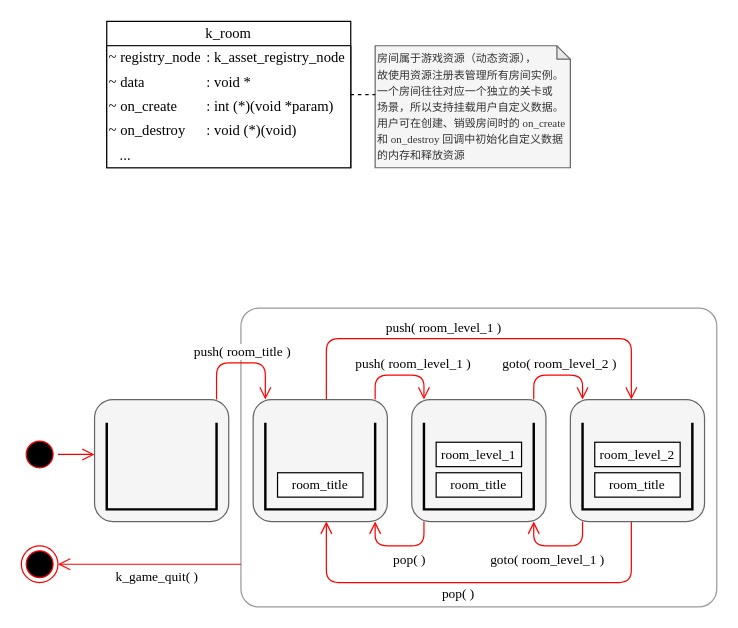
szdxdxdx/k_game keeps this draw.io diagram as page "房间" (4 of 8) of docs/drawio/k_game.drawio. Above is the earlier version. Source tidied: cells renumbered, new cells numbered last; positions are measured from the earlier drawing's top-left corner, leaving out a move shared by most shapes. Both pictures are drawn from the tidied source at 122%, with x=0, y=0 at pixel (21, 21).
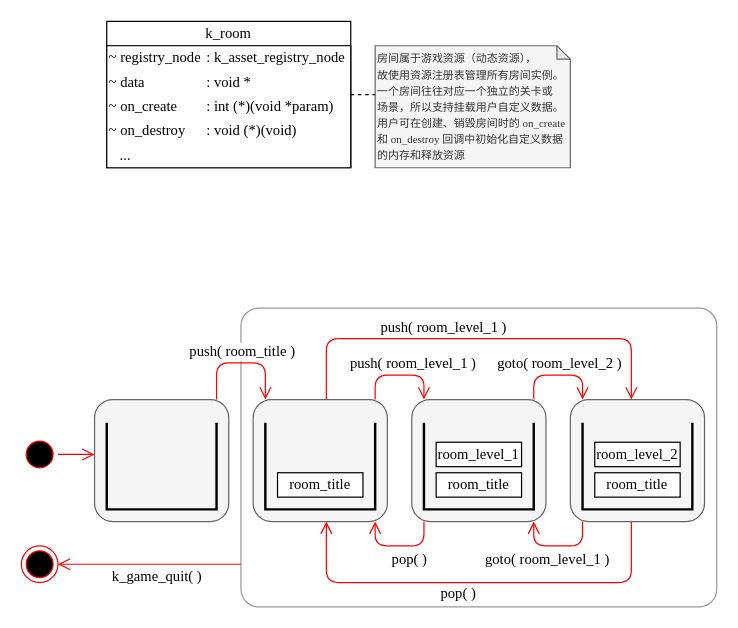
After the change.

What changed in the source:
```diff
@@
-    <mxCell id="21" style="rounded=1;whiteSpace=wrap;html=1;fontFamily=Helvetica;fontSize=11;fontColor=default;arcSize=6;strokeColor=#999999;" parent="1" vertex="1">
+    <mxCell id="21" style="rounded=1;whiteSpace=wrap;html=1;fontFamily=Helvetica;fontSize=12;fontColor=default;arcSize=6;strokeColor=#999999;" parent="1" vertex="1">
       <mxGeometry x="180" y="235" width="390" height="245" as="geometry" />
     </mxCell>
-    <mxCell id="22" style="edgeStyle=orthogonalEdgeStyle;html=1;verticalAlign=bottom;endArrow=open;endSize=8;strokeColor=#ff0000;rounded=1;labelBackgroundColor=default;align=center;fontFamily=Times New Roman;fontSize=11;fontColor=default;shape=connector;" parent="1" edge="1" source="50" target="47">
+    <mxCell id="22" style="edgeStyle=orthogonalEdgeStyle;html=1;verticalAlign=bottom;endArrow=open;endSize=8;strokeColor=#ff0000;rounded=1;labelBackgroundColor=default;align=center;fontFamily=Times New Roman;fontSize=12;fontColor=default;shape=connector;" parent="1" edge="1" source="50" target="47">
       <mxGeometry relative="1" as="geometry">
         <Array as="points">
           <mxPoint x="160" y="280" />
           <mxPoint x="200" y="280" />
         </Array>
       </mxGeometry>
     </mxCell>
-    <mxCell id="23" value="push( room_title )" style="edgeLabel;html=1;align=center;verticalAlign=middle;fontSize=11;fontFamily=Times New Roman;fontColor=default;" parent="22" vertex="1">
+    <mxCell id="23" value="push( room_title )" style="edgeLabel;html=1;align=center;verticalAlign=middle;fontSize=12;fontFamily=Times New Roman;fontColor=default;" parent="22" vertex="1">
       <mxGeometry x="-0.02" y="2" relative="1" as="geometry">
         <mxPoint x="1" y="-8" as="offset" />
       </mxGeometry>
     </mxCell>
-    <mxCell id="24" style="edgeStyle=orthogonalEdgeStyle;html=1;verticalAlign=bottom;endArrow=open;endSize=8;strokeColor=#ff0000;rounded=1;labelBackgroundColor=default;align=center;fontFamily=Times New Roman;fontSize=11;fontColor=default;shape=connector;" parent="1" edge="1" source="47" target="43">
+    <mxCell id="24" style="edgeStyle=orthogonalEdgeStyle;html=1;verticalAlign=bottom;endArrow=open;endSize=8;strokeColor=#ff0000;rounded=1;labelBackgroundColor=default;align=center;fontFamily=Times New Roman;fontSize=12;fontColor=default;shape=connector;" parent="1" edge="1" source="47" target="43">
       <mxGeometry relative="1" as="geometry">
         <Array as="points">
           <mxPoint x="290" y="290" />
           <mxPoint x="330" y="290" />
         </Array>
       </mxGeometry>
     </mxCell>
-    <mxCell id="25" value="push( room_level_1 )" style="edgeLabel;html=1;align=center;verticalAlign=middle;fontSize=11;fontFamily=Times New Roman;fontColor=default;" parent="24" vertex="1">
+    <mxCell id="25" value="push( room_level_1 )" style="edgeLabel;html=1;align=center;verticalAlign=middle;fontSize=12;fontFamily=Times New Roman;fontColor=default;" parent="24" vertex="1">
       <mxGeometry x="-0.02" y="2" relative="1" as="geometry">
         <mxPoint x="11" y="-8" as="offset" />
       </mxGeometry>
     </mxCell>
-    <mxCell id="26" style="edgeStyle=orthogonalEdgeStyle;html=1;verticalAlign=bottom;endArrow=open;endSize=8;strokeColor=#ff0000;rounded=1;labelBackgroundColor=default;align=center;fontFamily=Times New Roman;fontSize=11;fontColor=default;shape=connector;" parent="1" edge="1" source="43" target="39">
+    <mxCell id="26" style="edgeStyle=orthogonalEdgeStyle;html=1;verticalAlign=bottom;endArrow=open;endSize=8;strokeColor=#ff0000;rounded=1;labelBackgroundColor=default;align=center;fontFamily=Times New Roman;fontSize=12;fontColor=default;shape=connector;" parent="1" edge="1" source="43" target="39">
       <mxGeometry relative="1" as="geometry">
         <Array as="points">
           <mxPoint x="420" y="290" />
           <mxPoint x="460" y="290" />
         </Array>
       </mxGeometry>
     </mxCell>
-    <mxCell id="27" value="goto( room_level_2 )" style="edgeLabel;html=1;align=center;verticalAlign=middle;fontSize=11;fontFamily=Times New Roman;fontColor=default;" parent="26" vertex="1">
+    <mxCell id="27" value="goto( room_level_2 )" style="edgeLabel;html=1;align=center;verticalAlign=middle;fontSize=12;fontFamily=Times New Roman;fontColor=default;" parent="26" vertex="1">
       <mxGeometry x="-0.02" y="2" relative="1" as="geometry">
         <mxPoint x="1" y="-8" as="offset" />
       </mxGeometry>
     </mxCell>
-    <mxCell id="28" style="edgeStyle=orthogonalEdgeStyle;html=1;verticalAlign=bottom;endArrow=open;endSize=8;strokeColor=#ff0000;rounded=1;labelBackgroundColor=default;align=center;fontFamily=Times New Roman;fontSize=11;fontColor=default;shape=connector;" parent="1" edge="1" source="43" target="47">
+    <mxCell id="28" style="edgeStyle=orthogonalEdgeStyle;html=1;verticalAlign=bottom;endArrow=open;endSize=8;strokeColor=#ff0000;rounded=1;labelBackgroundColor=default;align=center;fontFamily=Times New Roman;fontSize=12;fontColor=default;shape=connector;" parent="1" edge="1" source="43" target="47">
       <mxGeometry relative="1" as="geometry">
         <Array as="points">
           <mxPoint x="330" y="430" />
           <mxPoint x="290" y="430" />
         </Array>
       </mxGeometry>
     </mxCell>
-    <mxCell id="29" value="pop( )" style="edgeLabel;html=1;align=center;verticalAlign=middle;fontSize=11;fontFamily=Times New Roman;fontColor=default;" parent="28" vertex="1">
+    <mxCell id="29" value="pop( )" style="edgeLabel;html=1;align=center;verticalAlign=middle;fontSize=12;fontFamily=Times New Roman;fontColor=default;" parent="28" vertex="1">
       <mxGeometry x="-0.02" y="2" relative="1" as="geometry">
         <mxPoint x="6" y="8" as="offset" />
       </mxGeometry>
     </mxCell>
-    <mxCell id="30" style="edgeStyle=orthogonalEdgeStyle;html=1;verticalAlign=bottom;endArrow=open;endSize=8;strokeColor=#ff0000;rounded=1;labelBackgroundColor=default;align=center;fontFamily=Times New Roman;fontSize=11;fontColor=default;shape=connector;" parent="1" edge="1" source="39" target="47">
+    <mxCell id="30" style="edgeStyle=orthogonalEdgeStyle;html=1;verticalAlign=bottom;endArrow=open;endSize=8;strokeColor=#ff0000;rounded=1;labelBackgroundColor=default;align=center;fontFamily=Times New Roman;fontSize=12;fontColor=default;shape=connector;" parent="1" edge="1" source="39" target="47">
       <mxGeometry relative="1" as="geometry">
         <Array as="points">
           <mxPoint x="500" y="460" />
           <mxPoint x="250" y="460" />
         </Array>
       </mxGeometry>
     </mxCell>
-    <mxCell id="31" value="pop( )" style="edgeLabel;html=1;align=center;verticalAlign=middle;fontSize=11;fontFamily=Times New Roman;fontColor=default;" parent="30" vertex="1">
+    <mxCell id="31" value="pop( )" style="edgeLabel;html=1;align=center;verticalAlign=middle;fontSize=12;fontFamily=Times New Roman;fontColor=default;" parent="30" vertex="1">
       <mxGeometry x="-0.02" y="2" relative="1" as="geometry">
         <mxPoint x="-21" y="6" as="offset" />
       </mxGeometry>
     </mxCell>
-    <mxCell id="32" style="edgeStyle=orthogonalEdgeStyle;html=1;verticalAlign=bottom;endArrow=open;endSize=8;strokeColor=#ff0000;rounded=1;labelBackgroundColor=default;align=center;fontFamily=Times New Roman;fontSize=11;fontColor=default;shape=connector;" parent="1" edge="1" source="39" target="43">
+    <mxCell id="32" style="edgeStyle=orthogonalEdgeStyle;html=1;verticalAlign=bottom;endArrow=open;endSize=8;strokeColor=#ff0000;rounded=1;labelBackgroundColor=default;align=center;fontFamily=Times New Roman;fontSize=12;fontColor=default;shape=connector;" parent="1" edge="1" source="39" target="43">
       <mxGeometry relative="1" as="geometry">
         <Array as="points">
           <mxPoint x="460" y="430" />
           <mxPoint x="420" y="430" />
         </Array>
       </mxGeometry>
     </mxCell>
-    <mxCell id="33" value="goto( room_level_1 )" style="edgeLabel;html=1;align=center;verticalAlign=middle;fontSize=11;fontFamily=Times New Roman;fontColor=default;" parent="32" vertex="1">
+    <mxCell id="33" value="goto( room_level_1 )" style="edgeLabel;html=1;align=center;verticalAlign=middle;fontSize=12;fontFamily=Times New Roman;fontColor=default;" parent="32" vertex="1">
       <mxGeometry x="-0.02" y="2" relative="1" as="geometry">
         <mxPoint x="-11" y="8" as="offset" />
       </mxGeometry>
     </mxCell>
-    <mxCell id="34" style="edgeStyle=orthogonalEdgeStyle;html=1;verticalAlign=bottom;endArrow=open;endSize=8;strokeColor=#ff0000;rounded=1;labelBackgroundColor=default;align=center;fontFamily=Helvetica;fontSize=11;fontColor=default;shape=connector;" parent="1" edge="1" source="36" target="50">
+    <mxCell id="34" style="edgeStyle=orthogonalEdgeStyle;html=1;verticalAlign=bottom;endArrow=open;endSize=8;strokeColor=#ff0000;rounded=1;labelBackgroundColor=default;align=center;fontFamily=Helvetica;fontSize=12;fontColor=default;shape=connector;" parent="1" edge="1" source="36" target="50">
       <mxGeometry relative="1" as="geometry">
         <Array as="points">
           <mxPoint x="50" y="355" />
           <mxPoint x="50" y="355" />
         </Array>
       </mxGeometry>
     </mxCell>
-    <mxCell id="35" style="ellipse;html=1;shape=endState;fillColor=#000000;strokeColor=#ff0000;fontFamily=Helvetica;fontSize=11;fontColor=default;" parent="1" vertex="1">
+    <mxCell id="35" style="ellipse;html=1;shape=endState;fillColor=#000000;strokeColor=#ff0000;fontFamily=Helvetica;fontSize=12;fontColor=default;" parent="1" vertex="1">
       <mxGeometry y="430" width="30" height="30" as="geometry" />
     </mxCell>
-    <mxCell id="36" style="ellipse;html=1;shape=startState;fillColor=#000000;strokeColor=#ff0000;fontFamily=Helvetica;fontSize=11;fontColor=default;" parent="1" vertex="1">
+    <mxCell id="36" style="ellipse;html=1;shape=startState;fillColor=#000000;strokeColor=#ff0000;fontFamily=Helvetica;fontSize=12;fontColor=default;" parent="1" vertex="1">
       <mxGeometry y="340" width="30" height="30" as="geometry" />
     </mxCell>
-    <mxCell id="37" style="edgeStyle=orthogonalEdgeStyle;html=1;verticalAlign=bottom;endArrow=open;endSize=8;strokeColor=#ff0000;rounded=1;labelBackgroundColor=default;align=center;fontFamily=Helvetica;fontSize=11;fontColor=default;shape=connector;" parent="1" edge="1" source="21" target="35">
+    <mxCell id="37" style="edgeStyle=orthogonalEdgeStyle;html=1;verticalAlign=bottom;endArrow=open;endSize=8;strokeColor=#ff0000;rounded=1;labelBackgroundColor=default;align=center;fontFamily=Helvetica;fontSize=12;fontColor=default;shape=connector;" parent="1" edge="1" source="21" target="35">
       <mxGeometry relative="1" as="geometry">
         <Array as="points">
           <mxPoint x="160" y="445" />
           <mxPoint x="160" y="445" />
         </Array>
       </mxGeometry>
     </mxCell>
-    <mxCell id="38" value="&lt;font face=&quot;Times New Roman&quot;&gt;k_game_quit( )&lt;/font&gt;" style="edgeLabel;html=1;align=center;verticalAlign=middle;fontSize=11;fontFamily=Helvetica;fontColor=default;" parent="37" vertex="1">
+    <mxCell id="38" value="&lt;font face=&quot;Times New Roman&quot; style=&quot;font-size: 12px;&quot;&gt;k_game_quit( )&lt;/font&gt;" style="edgeLabel;html=1;align=center;verticalAlign=middle;fontSize=12;fontFamily=Helvetica;fontColor=default;" parent="37" vertex="1">
       <mxGeometry x="-0.07" y="1" relative="1" as="geometry">
         <mxPoint y="8" as="offset" />
       </mxGeometry>
     </mxCell>
-    <mxCell id="39" style="rounded=1;whiteSpace=wrap;html=1;fontFamily=Times New Roman;fontSize=11;fontColor=#333333;fillColor=#f5f5f5;strokeColor=#666666;" parent="1" vertex="1">
+    <mxCell id="39" style="rounded=1;whiteSpace=wrap;html=1;fontFamily=Times New Roman;fontSize=12;fontColor=#333333;fillColor=#f5f5f5;strokeColor=#666666;" parent="1" vertex="1">
       <mxGeometry x="450" y="310" width="110" height="100" as="geometry" />
     </mxCell>
-    <mxCell id="40" style="shape=partialRectangle;whiteSpace=wrap;html=1;bottom=1;right=1;left=1;top=0;fillColor=none;routingCenterX=-0.5;fontFamily=Times New Roman;fontSize=11;fontColor=default;strokeWidth=2;" parent="1" vertex="1">
+    <mxCell id="40" style="shape=partialRectangle;whiteSpace=wrap;html=1;bottom=1;right=1;left=1;top=0;fillColor=none;routingCenterX=-0.5;fontFamily=Times New Roman;fontSize=12;fontColor=default;strokeWidth=2;" parent="1" vertex="1">
       <mxGeometry x="460" y="330" width="90" height="70" as="geometry" />
     </mxCell>
-    <mxCell id="41" value="room_title" style="rounded=0;whiteSpace=wrap;html=1;fontFamily=Times New Roman;fontSize=11;fontColor=default;" parent="1" vertex="1">
+    <mxCell id="41" value="room_title" style="rounded=0;whiteSpace=wrap;html=1;fontFamily=Times New Roman;fontSize=12;fontColor=default;" parent="1" vertex="1">
       <mxGeometry x="470" y="370" width="70" height="20" as="geometry" />
     </mxCell>
-    <mxCell id="42" value="room_level_2" style="rounded=0;whiteSpace=wrap;html=1;fontFamily=Times New Roman;fontSize=11;fontColor=default;" parent="1" vertex="1">
+    <mxCell id="42" value="room_level_2" style="rounded=0;whiteSpace=wrap;html=1;fontFamily=Times New Roman;fontSize=12;fontColor=default;" parent="1" vertex="1">
       <mxGeometry x="470" y="345" width="70" height="20" as="geometry" />
     </mxCell>
-    <mxCell id="43" style="rounded=1;whiteSpace=wrap;html=1;fontFamily=Times New Roman;fontSize=11;fontColor=#333333;fillColor=#f5f5f5;strokeColor=#666666;" parent="1" vertex="1">
+    <mxCell id="43" style="rounded=1;whiteSpace=wrap;html=1;fontFamily=Times New Roman;fontSize=12;fontColor=#333333;fillColor=#f5f5f5;strokeColor=#666666;" parent="1" vertex="1">
       <mxGeometry x="320" y="310" width="110" height="100" as="geometry" />
     </mxCell>
-    <mxCell id="44" style="shape=partialRectangle;whiteSpace=wrap;html=1;bottom=1;right=1;left=1;top=0;fillColor=none;routingCenterX=-0.5;fontFamily=Times New Roman;fontSize=11;fontColor=default;strokeWidth=2;" parent="1" vertex="1">
+    <mxCell id="44" style="shape=partialRectangle;whiteSpace=wrap;html=1;bottom=1;right=1;left=1;top=0;fillColor=none;routingCenterX=-0.5;fontFamily=Times New Roman;fontSize=12;fontColor=default;strokeWidth=2;" parent="1" vertex="1">
       <mxGeometry x="330" y="330" width="90" height="70" as="geometry" />
     </mxCell>
-    <mxCell id="45" value="room_title" style="rounded=0;whiteSpace=wrap;html=1;fontFamily=Times New Roman;fontSize=11;fontColor=default;" parent="1" vertex="1">
+    <mxCell id="45" value="room_title" style="rounded=0;whiteSpace=wrap;html=1;fontFamily=Times New Roman;fontSize=12;fontColor=default;" parent="1" vertex="1">
       <mxGeometry x="340" y="370" width="70" height="20" as="geometry" />
     </mxCell>
-    <mxCell id="46" value="room_level_1" style="rounded=0;whiteSpace=wrap;html=1;fontFamily=Times New Roman;fontSize=11;fontColor=default;" parent="1" vertex="1">
+    <mxCell id="46" value="room_level_1" style="rounded=0;whiteSpace=wrap;html=1;fontFamily=Times New Roman;fontSize=12;fontColor=default;" parent="1" vertex="1">
       <mxGeometry x="340" y="345" width="70" height="20" as="geometry" />
     </mxCell>
-    <mxCell id="47" style="rounded=1;whiteSpace=wrap;html=1;fontFamily=Times New Roman;fontSize=11;fontColor=#333333;fillColor=#f5f5f5;strokeColor=#666666;" parent="1" vertex="1">
+    <mxCell id="47" style="rounded=1;whiteSpace=wrap;html=1;fontFamily=Times New Roman;fontSize=12;fontColor=#333333;fillColor=#f5f5f5;strokeColor=#666666;" parent="1" vertex="1">
       <mxGeometry x="190" y="310" width="110" height="100" as="geometry" />
     </mxCell>
-    <mxCell id="48" style="shape=partialRectangle;whiteSpace=wrap;html=1;bottom=1;right=1;left=1;top=0;fillColor=none;routingCenterX=-0.5;fontFamily=Times New Roman;fontSize=11;fontColor=default;strokeWidth=2;" parent="1" vertex="1">
+    <mxCell id="48" style="shape=partialRectangle;whiteSpace=wrap;html=1;bottom=1;right=1;left=1;top=0;fillColor=none;routingCenterX=-0.5;fontFamily=Times New Roman;fontSize=12;fontColor=default;strokeWidth=2;" parent="1" vertex="1">
       <mxGeometry x="200" y="330" width="90" height="70" as="geometry" />
     </mxCell>
-    <mxCell id="49" value="room_title" style="rounded=0;whiteSpace=wrap;html=1;fontFamily=Times New Roman;fontSize=11;fontColor=default;" parent="1" vertex="1">
+    <mxCell id="49" value="room_title" style="rounded=0;whiteSpace=wrap;html=1;fontFamily=Times New Roman;fontSize=12;fontColor=default;" parent="1" vertex="1">
       <mxGeometry x="210" y="370" width="70" height="20" as="geometry" />
     </mxCell>
-    <mxCell id="50" style="rounded=1;whiteSpace=wrap;html=1;fontFamily=Times New Roman;fontSize=11;fontColor=#333333;fillColor=#f5f5f5;strokeColor=#666666;" parent="1" vertex="1">
+    <mxCell id="50" style="rounded=1;whiteSpace=wrap;html=1;fontFamily=Times New Roman;fontSize=12;fontColor=#333333;fillColor=#f5f5f5;strokeColor=#666666;" parent="1" vertex="1">
       <mxGeometry x="60" y="310" width="110" height="100" as="geometry" />
     </mxCell>
-    <mxCell id="51" style="shape=partialRectangle;whiteSpace=wrap;html=1;bottom=1;right=1;left=1;top=0;fillColor=none;routingCenterX=-0.5;fontFamily=Times New Roman;fontSize=11;fontColor=default;strokeWidth=2;" parent="1" vertex="1">
+    <mxCell id="51" style="shape=partialRectangle;whiteSpace=wrap;html=1;bottom=1;right=1;left=1;top=0;fillColor=none;routingCenterX=-0.5;fontFamily=Times New Roman;fontSize=12;fontColor=default;strokeWidth=2;" parent="1" vertex="1">
       <mxGeometry x="70" y="330" width="90" height="70" as="geometry" />
     </mxCell>
-    <mxCell id="52" style="edgeStyle=orthogonalEdgeStyle;html=1;verticalAlign=bottom;endArrow=open;endSize=8;strokeColor=#ff0000;rounded=1;labelBackgroundColor=default;align=center;fontFamily=Times New Roman;fontSize=11;fontColor=default;shape=connector;" parent="1" edge="1" source="47" target="39">
+    <mxCell id="52" style="edgeStyle=orthogonalEdgeStyle;html=1;verticalAlign=bottom;endArrow=open;endSize=8;strokeColor=#ff0000;rounded=1;labelBackgroundColor=default;align=center;fontFamily=Times New Roman;fontSize=12;fontColor=default;shape=connector;" parent="1" edge="1" source="47" target="39">
       <mxGeometry relative="1" as="geometry">
         <Array as="points">
           <mxPoint x="250" y="260" />
           <mxPoint x="500" y="260" />
         </Array>
       </mxGeometry>
     </mxCell>
-    <mxCell id="53" value="push( room_level_1 )" style="edgeLabel;html=1;align=center;verticalAlign=middle;fontSize=11;fontFamily=Times New Roman;fontColor=default;" parent="52" vertex="1">
+    <mxCell id="53" value="push( room_level_1 )" style="edgeLabel;html=1;align=center;verticalAlign=middle;fontSize=12;fontFamily=Times New Roman;fontColor=default;" parent="52" vertex="1">
       <mxGeometry x="-0.02" y="2" relative="1" as="geometry">
         <mxPoint x="-27" y="-8" as="offset" />
       </mxGeometry>
     </mxCell>
```
